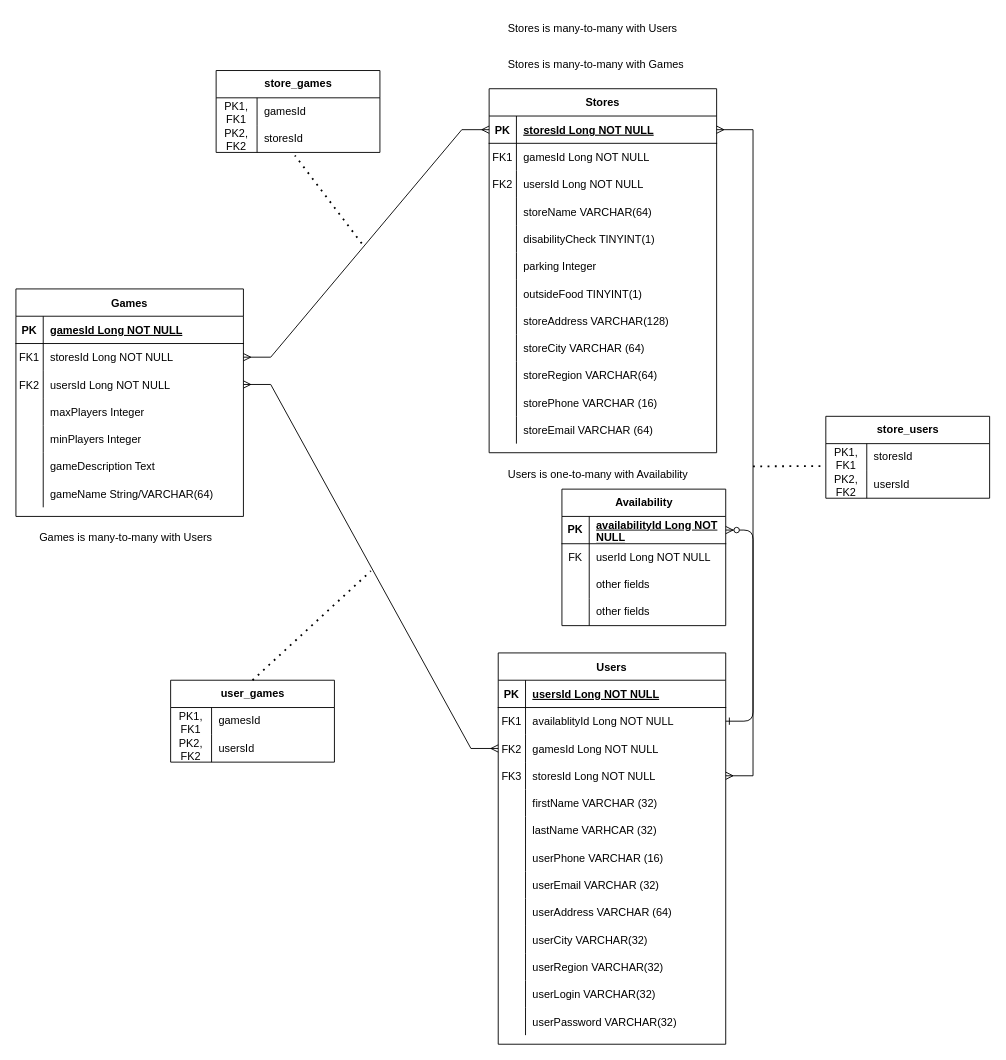
This is SpringBootFinal.drawio from EcSamuel/Spring-Boot-Final, a draw.io file, before an edit. Source tidied: cells renumbered, new cells numbered last; positions are measured from the earlier drawing's top-left corner, leaving out a move shared by most shapes. Both pictures are drawn from the tidied source at 91%, with x=0, y=0 at pixel (15, 15).
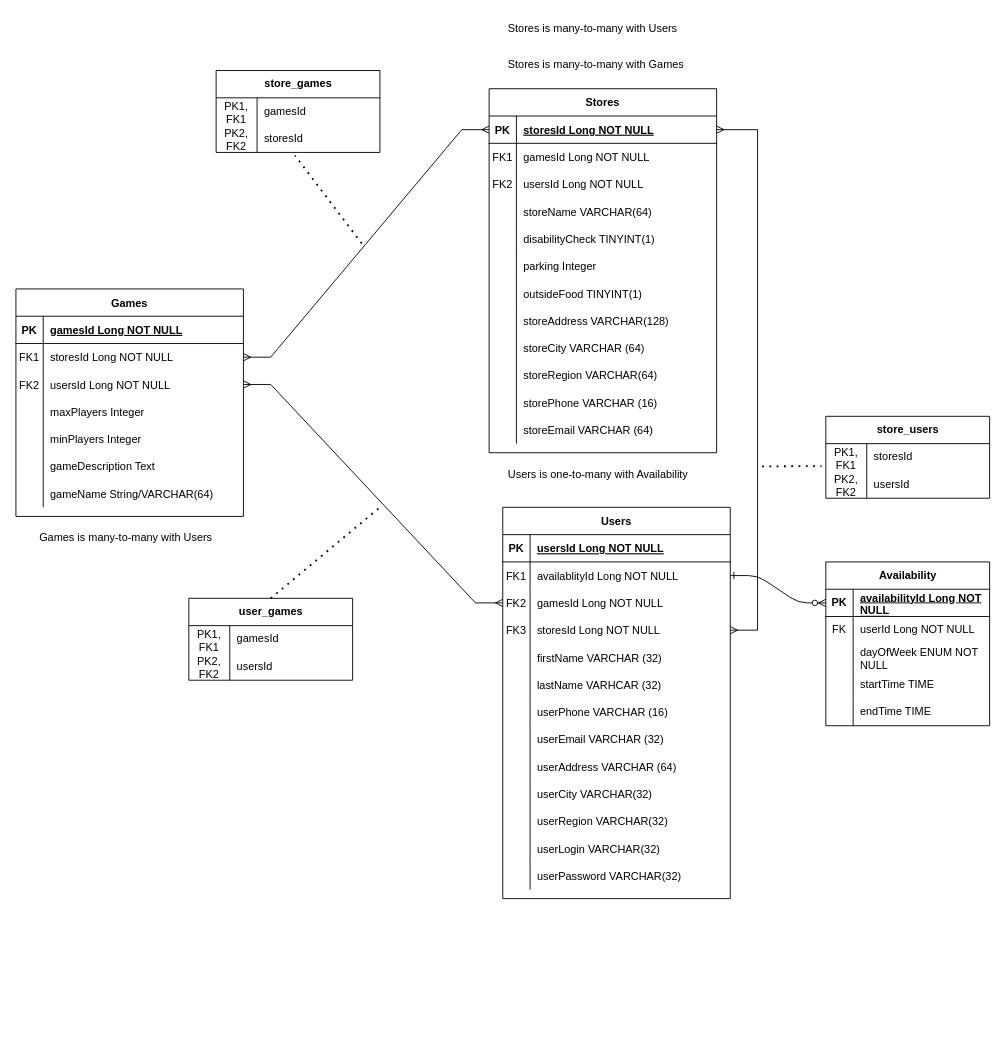
After the change.

The change refers to these unchanged cells:
```xml
<mxCell id="44" style="shape=partialRectangle;fillColor=none;points=[[0,0.5],[1,0.5]];portConstraint=eastwest;top=0;left=0;right=0;bottom=0;" parent="40" vertex="1">
  <mxGeometry y="60" width="250" height="30" as="geometry" />
</mxCell>
<mxCell id="103" style="shape=tableRow;horizontal=0;startSize=0;swimlaneHead=0;swimlaneBody=0;fillColor=none;points=[[0,0.5],[1,0.5]];portConstraint=eastwest;top=0;left=0;right=0;bottom=1;" parent="102" vertex="1">
  <mxGeometry y="30" width="180" height="30" as="geometry" />
</mxCell>
<mxCell id="109" style="shape=tableRow;horizontal=0;startSize=0;swimlaneHead=0;swimlaneBody=0;fillColor=none;top=0;left=0;right=0;bottom=0;" parent="102" vertex="1">
  <mxGeometry y="90" width="180" height="30" as="geometry" />
</mxCell>
<mxCell id="112" style="shape=tableRow;horizontal=0;startSize=0;swimlaneHead=0;swimlaneBody=0;fillColor=none;top=0;left=0;right=0;bottom=0;" parent="102" vertex="1">
  <mxGeometry y="120" width="180" height="30" as="geometry" />
</mxCell>
<mxCell id="137" style="shape=tableRow;horizontal=0;startSize=0;swimlaneHead=0;swimlaneBody=0;fillColor=none;points=[[0,0.5],[1,0.5]];portConstraint=eastwest;top=0;left=0;right=0;bottom=0;" parent="136" vertex="1">
  <mxGeometry y="30" width="180" height="30" as="geometry" />
</mxCell>
```

The edit, as a diff of the source:
```diff
@@
-    <mxCell id="2" style="edgeStyle=entityRelationEdgeStyle;endArrow=ERzeroToMany;startArrow=ERone;endFill=1;startFill=0;exitX=1;exitY=0.5;exitDx=0;exitDy=0;entryX=1;entryY=0.5;entryDx=0;entryDy=0;" parent="1" edge="1" source="44" target="103">
+    <mxCell id="2" style="edgeStyle=entityRelationEdgeStyle;endArrow=ERzeroToMany;startArrow=ERone;endFill=1;startFill=0;exitX=1;exitY=0.5;exitDx=0;exitDy=0;entryX=0;entryY=0.5;entryDx=0;entryDy=0;" parent="1" edge="1" source="44" target="103">
       <mxGeometry relative="1" as="geometry" />
     </mxCell>
@@
     <mxCell id="40" value="Users" style="shape=table;startSize=30;childLayout=tableLayout;rowLines=0;fontStyle=1;align=center;" parent="1" vertex="1">
-      <mxGeometry x="530" y="700" width="250" height="430" as="geometry" />
+      <mxGeometry x="535" y="540" width="250" height="430" as="geometry" />
     </mxCell>
@@
     <mxCell id="102" value="Availability" style="shape=table;startSize=30;childLayout=tableLayout;rowLines=0;fontStyle=1;align=center;html=1;" parent="1" vertex="1">
-      <mxGeometry x="600" y="520" width="180" height="150" as="geometry" />
+      <mxGeometry x="890" y="600" width="180" height="180" as="geometry" />
     </mxCell>
@@
-    <mxCell id="111" value="other fields" style="shape=partialRectangle;fillColor=none;top=0;left=0;bottom=0;right=0;align=left;spacingLeft=6;overflow=hidden;whiteSpace=wrap;html=1;" parent="109" vertex="1">
+    <mxCell id="111" value="dayOfWeek ENUM NOT NULL" style="shape=partialRectangle;fillColor=none;top=0;left=0;bottom=0;right=0;align=left;spacingLeft=6;overflow=hidden;whiteSpace=wrap;html=1;" parent="109" vertex="1">
       <mxGeometry x="30" width="150" height="30" as="geometry" />
     </mxCell>
@@
-    <mxCell id="114" value="other fields" style="shape=partialRectangle;fillColor=none;top=0;left=0;bottom=0;right=0;align=left;spacingLeft=6;overflow=hidden;whiteSpace=wrap;html=1;" parent="112" vertex="1">
+    <mxCell id="114" value="startTime TIME" style="shape=partialRectangle;fillColor=none;top=0;left=0;bottom=0;right=0;align=left;spacingLeft=6;overflow=hidden;whiteSpace=wrap;html=1;" parent="112" vertex="1">
       <mxGeometry x="30" width="150" height="30" as="geometry" />
     </mxCell>
+    <mxCell id="146" style="shape=tableRow;horizontal=0;startSize=0;swimlaneHead=0;swimlaneBody=0;fillColor=none;top=0;left=0;right=0;bottom=0;" parent="102" vertex="1">
+      <mxGeometry y="150" width="180" height="30" as="geometry" />
+    </mxCell>
+    <mxCell id="147" style="shape=partialRectangle;fillColor=none;top=0;left=0;bottom=0;right=0;overflow=hidden;whiteSpace=wrap;html=1;" parent="146" vertex="1">
+      <mxGeometry width="30" height="30" as="geometry" />
+    </mxCell>
+    <mxCell id="148" value="endTime TIME" style="shape=partialRectangle;fillColor=none;top=0;left=0;bottom=0;right=0;align=left;spacingLeft=6;overflow=hidden;whiteSpace=wrap;html=1;" parent="146" vertex="1">
+      <mxGeometry x="30" width="150" height="30" as="geometry" />
+    </mxCell>
@@
     <mxCell id="129" value="user_games" style="shape=table;startSize=30;childLayout=tableLayout;rowLines=0;fontStyle=1;align=center;html=1;" parent="1" vertex="1">
-      <mxGeometry x="170" y="730" width="180" height="90" as="geometry" />
+      <mxGeometry x="190" y="640" width="180" height="90" as="geometry" />
     </mxCell>
@@
     <mxCell id="144" style="endArrow=none;dashed=1;html=1;dashPattern=1 3;strokeWidth=2;rounded=0;exitX=0.5;exitY=0;exitDx=0;exitDy=0;" parent="1" edge="1" source="129">
       <mxGeometry relative="1" as="geometry">
-        <mxPoint x="390" y="610" as="targetPoint" />
+        <mxPoint x="400" y="540" as="targetPoint" />
       </mxGeometry>
     </mxCell>
     <mxCell id="145" style="endArrow=none;dashed=1;html=1;dashPattern=1 3;strokeWidth=2;rounded=0;entryX=-0.026;entryY=0.822;entryDx=0;entryDy=0;entryPerimeter=0;" parent="1" edge="1" target="137">
       <mxGeometry relative="1" as="geometry">
-        <mxPoint x="810" y="495" as="sourcePoint" />
+        <mxPoint x="820" y="495" as="sourcePoint" />
       </mxGeometry>
     </mxCell>
```
